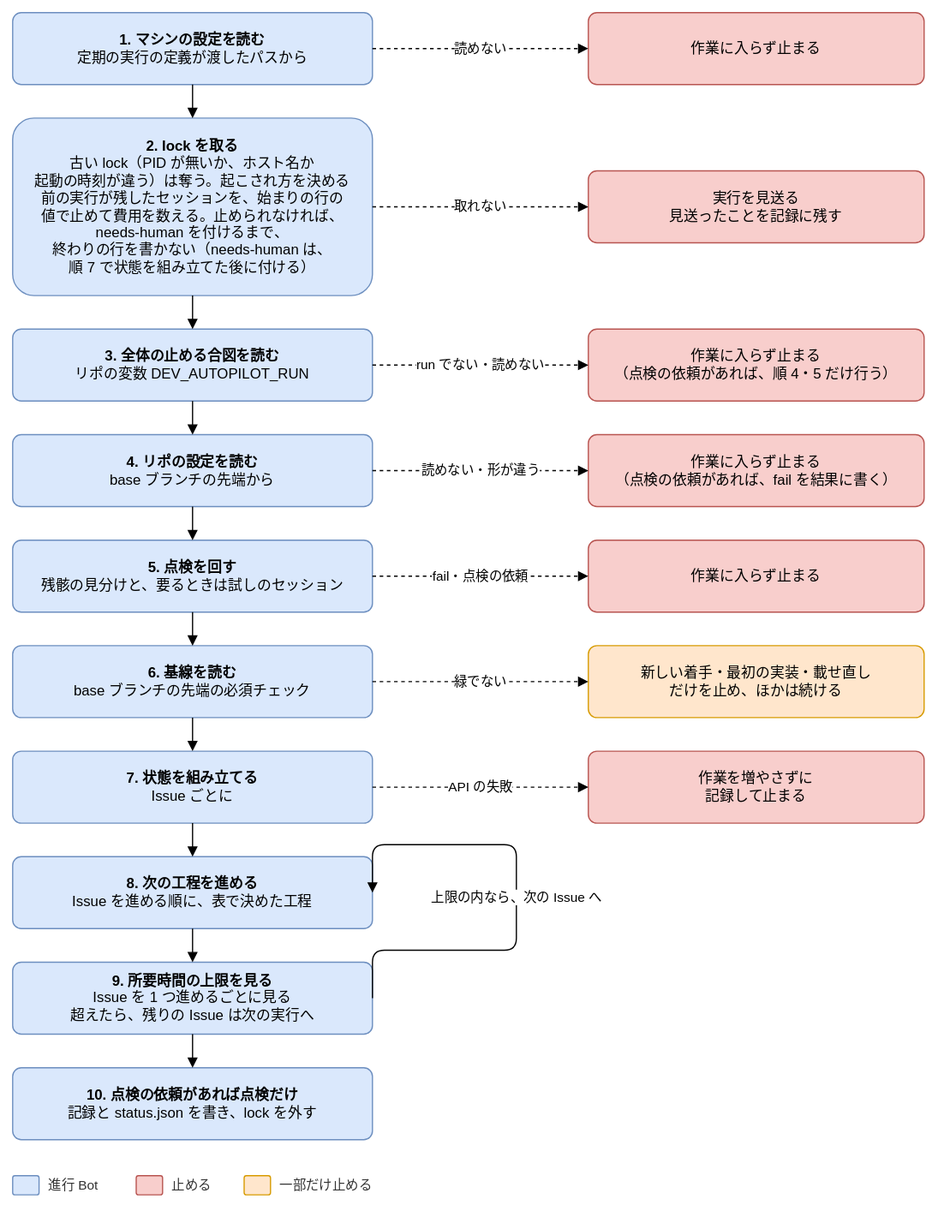
The draw.io diagram docs/design/basic/diagrams/02-run-flow.drawio.svg in Joymerrevent/dev-autopilot, before a commit. Source tidied: cells renumbered, new cells last; positions are measured from the earlier drawing's top-left corner, leaving out a move shared by most shapes.
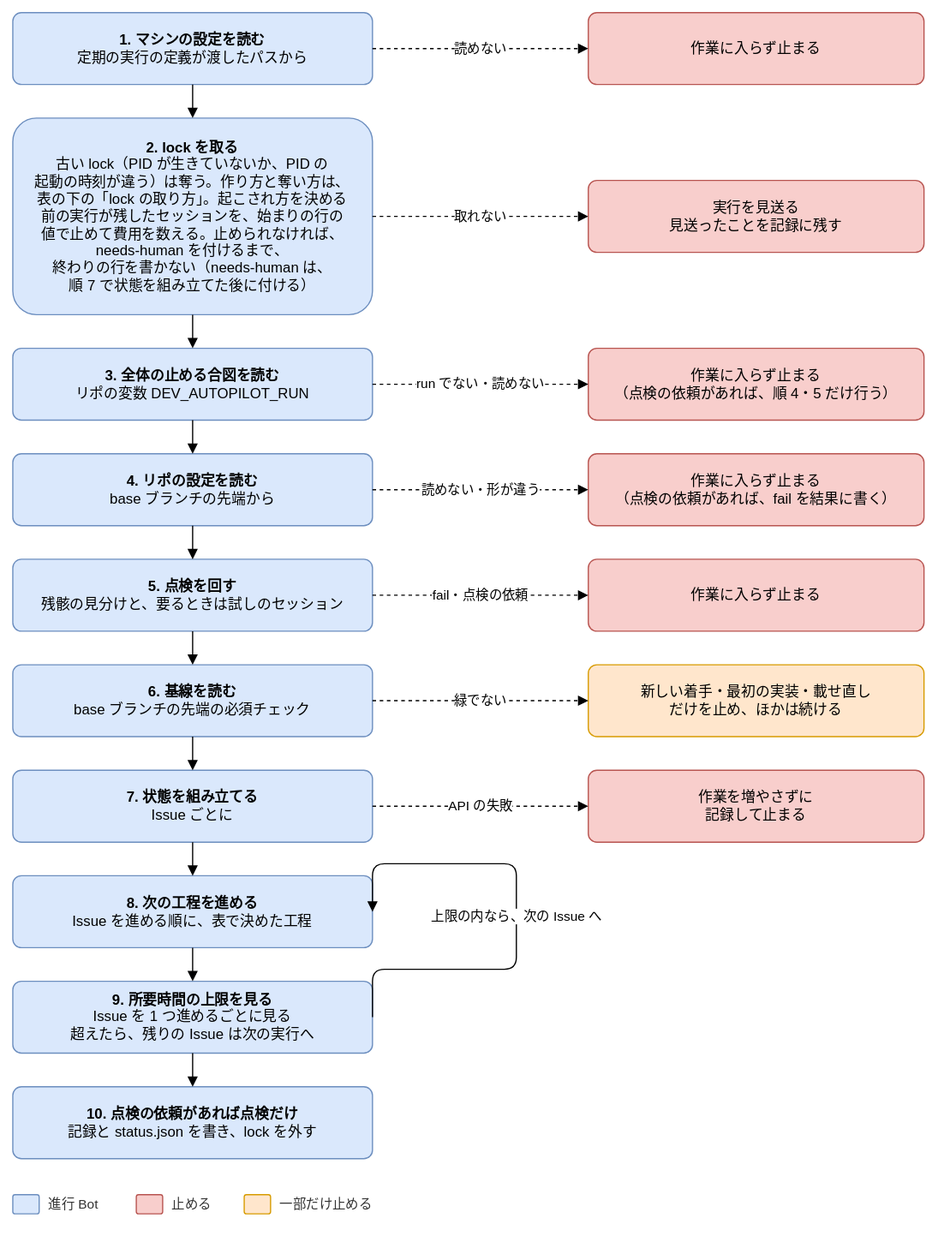
The same diagram one commit later.

Change to the diagram source:
```diff
@@ -3,22 +3,22 @@
     <mxCell id="0" />
     <mxCell id="1" parent="0" />
     <mxCell id="2" value="&lt;b&gt;1. マシンの設定を読む&lt;/b&gt;&lt;br&gt;定期の実行の定義が渡したパスから" style="rounded=1;whiteSpace=wrap;html=1;fontSize=12;arcSize=12;spacing=12;fillColor=#dae8fc;strokeColor=#6c8ebf;" parent="1" vertex="1">
-      <mxGeometry width="300" height="60" as="geometry" />
+      <mxGeometry y="-16" width="300" height="60" as="geometry" />
     </mxCell>
     <mxCell id="3" value="作業に入らず止まる" style="rounded=1;whiteSpace=wrap;html=1;fontSize=12;arcSize=12;spacing=12;fillColor=#f8cecc;strokeColor=#b85450;" parent="1" vertex="1">
-      <mxGeometry x="480" width="280" height="60" as="geometry" />
+      <mxGeometry x="480" y="-16" width="280" height="60" as="geometry" />
     </mxCell>
     <mxCell id="4" value="読めない" style="edgeStyle=orthogonalEdgeStyle;rounded=1;html=1;endArrow=block;endFill=1;fontSize=11;labelBackgroundColor=#ffffff;dashed=1;exitX=1;exitY=0.5;exitDx=0;exitDy=0;entryX=0;entryY=0.5;entryDx=0;entryDy=0;" parent="1" edge="1" source="2" target="3">
       <mxGeometry relative="1" as="geometry" />
     </mxCell>
-    <mxCell id="5" value="&lt;b&gt;2. lock を取る&lt;/b&gt;&lt;br&gt;古い lock（PID が無いか、ホスト名か&lt;br&gt;起動の時刻が違う）は奪う。起こされ方を決める&lt;br&gt;前の実行が残したセッションを、始まりの行の&lt;br&gt;値で止めて費用を数える。止められなければ、&lt;br&gt;needs-human を付けるまで、&lt;br&gt;終わりの行を書かない（needs-human は、&lt;br&gt;順 7 で状態を組み立てた後に付ける）" style="rounded=1;whiteSpace=wrap;html=1;fontSize=12;arcSize=12;spacing=12;fillColor=#dae8fc;strokeColor=#6c8ebf;" parent="1" vertex="1">
-      <mxGeometry y="88" width="300" height="148" as="geometry" />
+    <mxCell id="5" value="&lt;b&gt;2. lock を取る&lt;/b&gt;&lt;br&gt;古い lock（PID が生きていないか、PID の&lt;br&gt;起動の時刻が違う）は奪う。作り方と奪い方は、&lt;br&gt;表の下の「lock の取り方」。起こされ方を決める&lt;br&gt;前の実行が残したセッションを、始まりの行の&lt;br&gt;値で止めて費用を数える。止められなければ、&lt;br&gt;needs-human を付けるまで、&lt;br&gt;終わりの行を書かない（needs-human は、&lt;br&gt;順 7 で状態を組み立てた後に付ける）" style="rounded=1;whiteSpace=wrap;html=1;fontSize=12;arcSize=12;spacing=12;fillColor=#dae8fc;strokeColor=#6c8ebf;" parent="1" vertex="1">
+      <mxGeometry y="72" width="300" height="164" as="geometry" />
     </mxCell>
     <mxCell id="6" style="edgeStyle=orthogonalEdgeStyle;rounded=1;html=1;endArrow=block;endFill=1;fontSize=11;labelBackgroundColor=#ffffff;exitX=0.5;exitY=1;exitDx=0;exitDy=0;entryX=0.5;entryY=0;entryDx=0;entryDy=0;" parent="1" edge="1" source="2" target="5">
       <mxGeometry relative="1" as="geometry" />
     </mxCell>
     <mxCell id="7" value="実行を見送る&lt;br&gt;見送ったことを記録に残す" style="rounded=1;whiteSpace=wrap;html=1;fontSize=12;arcSize=12;spacing=12;fillColor=#f8cecc;strokeColor=#b85450;" parent="1" vertex="1">
-      <mxGeometry x="480" y="132" width="280" height="60" as="geometry" />
+      <mxGeometry x="480" y="124" width="280" height="60" as="geometry" />
     </mxCell>
     <mxCell id="8" value="取れない" style="edgeStyle=orthogonalEdgeStyle;rounded=1;html=1;endArrow=block;endFill=1;fontSize=11;labelBackgroundColor=#ffffff;dashed=1;exitX=1;exitY=0.5;exitDx=0;exitDy=0;entryX=0;entryY=0.5;entryDx=0;entryDy=0;" parent="1" edge="1" source="5" target="7">
       <mxGeometry relative="1" as="geometry" />
```
